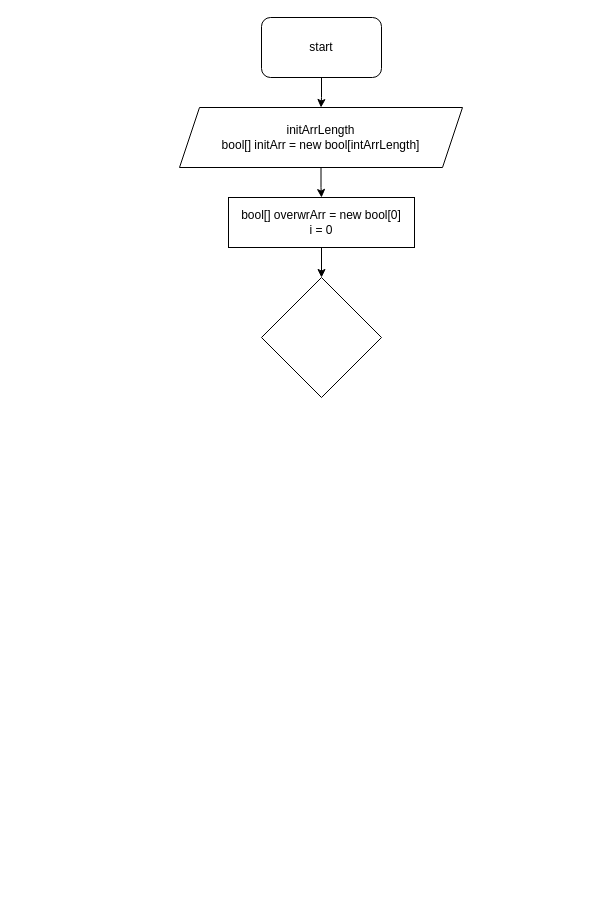
Before: graph/final_test_01.drawio in segeba/final_test_01, a draw.io diagram. Source tidied: cells renumbered, new cells numbered last; positions are measured from the earlier drawing's top-left corner, leaving out a move shared by most shapes. Both pictures are drawn from the tidied source at 100%, with x=0, y=0 at pixel (179, 17).
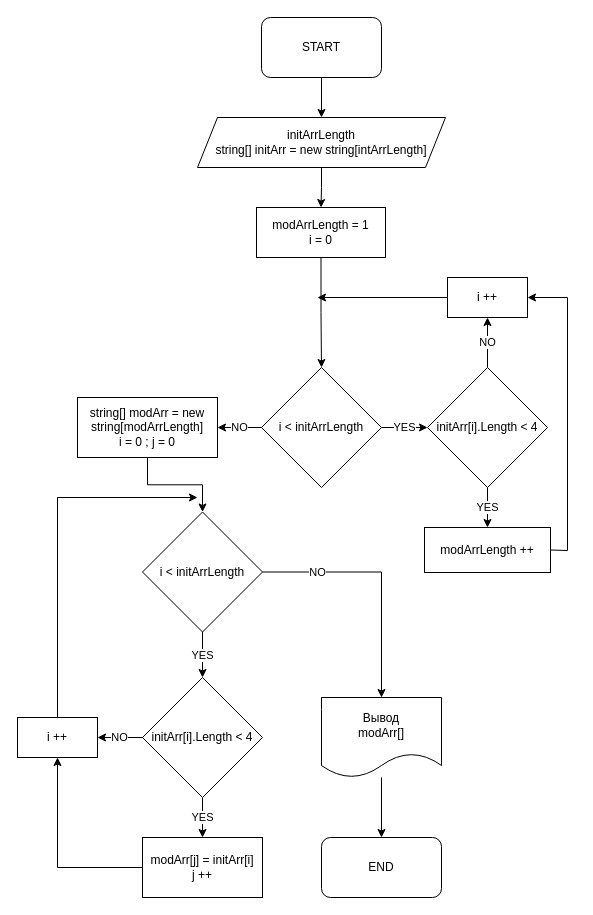
The same diagram, later.

What changed in the source:
```diff
@@
-    <mxCell id="3" value="start" style="rounded=1;whiteSpace=wrap;html=1;" parent="1" vertex="1">
+    <mxCell id="3" value="START" style="rounded=1;whiteSpace=wrap;html=1;" parent="1" vertex="1">
       <mxGeometry x="82" width="120" height="60" as="geometry" />
     </mxCell>
@@
-    <mxCell id="5" value="bool[] overwrArr = new bool[0]&lt;div&gt;&lt;div&gt;&lt;div&gt;i = 0&lt;/div&gt;&lt;/div&gt;&lt;/div&gt;" style="rounded=0;whiteSpace=wrap;html=1;" parent="1" vertex="1">
-      <mxGeometry x="49" y="180" width="186" height="50" as="geometry" />
+    <mxCell id="5" value="&lt;div&gt;&lt;div&gt;&lt;div&gt;modArrLength = 1&lt;/div&gt;&lt;div&gt;i = 0&lt;/div&gt;&lt;/div&gt;&lt;/div&gt;" style="rounded=0;whiteSpace=wrap;html=1;" parent="1" vertex="1">
+      <mxGeometry x="77" y="190" width="129" height="50" as="geometry" />
     </mxCell>
@@
-    <mxCell id="7" value="initArrLength&lt;div&gt;&lt;div&gt;&lt;div&gt;bool[] initArr = new bool[intArrLength]&lt;/div&gt;&lt;/div&gt;&lt;/div&gt;" style="shape=parallelogram;perimeter=parallelogramPerimeter;whiteSpace=wrap;html=1;fixedSize=1;" parent="1" vertex="1">
-      <mxGeometry y="90" width="283" height="60" as="geometry" />
+    <mxCell id="7" value="initArrLength&lt;div&gt;&lt;div&gt;&lt;div&gt;string[] initArr = new string[intArrLength]&lt;/div&gt;&lt;/div&gt;&lt;/div&gt;" style="shape=parallelogram;perimeter=parallelogramPerimeter;whiteSpace=wrap;html=1;fixedSize=1;" parent="1" vertex="1">
+      <mxGeometry x="18" y="100" width="248" height="50" as="geometry" />
     </mxCell>
+    <mxCell id="9" style="edgeStyle=orthogonalEdgeStyle;rounded=0;jettySize=auto;html=1;" parent="1" edge="1" source="8" target="13">
+      <mxGeometry relative="1" as="geometry" />
+    </mxCell>
+    <mxCell id="10" value="NO" style="edgeLabel;html=1;align=center;verticalAlign=middle;" parent="9" vertex="1">
+      <mxGeometry x="0.06" y="-1" relative="1" as="geometry" />
+    </mxCell>
+    <mxCell id="11" value="YES" style="edgeStyle=orthogonalEdgeStyle;rounded=0;jettySize=auto;html=1;" parent="1" edge="1" source="8" target="16">
+      <mxGeometry relative="1" as="geometry" />
+    </mxCell>
-    <mxCell id="8" style="rhombus;whiteSpace=wrap;html=1;rounded=0;" parent="1" vertex="1">
-      <mxGeometry x="82" y="260" width="120" height="120" as="geometry" />
+    <mxCell id="8" value="i &amp;lt; initArrLength" style="rhombus;whiteSpace=wrap;html=1;rounded=0;" parent="1" vertex="1">
+      <mxGeometry x="82" y="350" width="120" height="120" as="geometry" />
     </mxCell>
+    <mxCell id="12" style="edgeStyle=orthogonalEdgeStyle;rounded=0;jettySize=auto;html=1;entryX=0.5;entryY=0;entryDx=0;entryDy=0;" parent="1" edge="1" source="13" target="23">
+      <mxGeometry relative="1" as="geometry" />
+    </mxCell>
+    <mxCell id="13" value="string[] modArr = new string[modArrLength]&lt;div&gt;&lt;div&gt;i = 0 ; j = 0&lt;/div&gt;&lt;/div&gt;" style="whiteSpace=wrap;html=1;rounded=0;" parent="1" vertex="1">
+      <mxGeometry x="-102" y="380" width="140" height="60" as="geometry" />
+    </mxCell>
+    <mxCell id="14" value="YES" style="edgeStyle=orthogonalEdgeStyle;rounded=0;jettySize=auto;html=1;" parent="1" edge="1" source="16" target="17">
+      <mxGeometry relative="1" as="geometry" />
+    </mxCell>
+    <mxCell id="15" value="NO" style="edgeStyle=orthogonalEdgeStyle;rounded=0;jettySize=auto;html=1;" parent="1" edge="1" source="16" target="21">
+      <mxGeometry relative="1" as="geometry" />
+    </mxCell>
+    <mxCell id="16" value="initArr[i].Length &amp;lt; 4" style="rhombus;whiteSpace=wrap;html=1;rounded=0;" parent="1" vertex="1">
+      <mxGeometry x="248" y="350" width="120" height="120" as="geometry" />
+    </mxCell>
+    <mxCell id="17" value="modArrLength ++" style="whiteSpace=wrap;html=1;rounded=0;" parent="1" vertex="1">
+      <mxGeometry x="245" y="510" width="126" height="45" as="geometry" />
+    </mxCell>
+    <mxCell id="18" style="endArrow=classic;html=1;rounded=0;exitX=0;exitY=0.5;exitDx=0;exitDy=0;" parent="1" edge="1" source="21">
+      <mxGeometry relative="1" as="geometry">
+        <mxPoint x="138" y="280" as="targetPoint" />
+      </mxGeometry>
+    </mxCell>
+    <mxCell id="19" style="endArrow=classic;html=1;rounded=0;exitX=1;exitY=0.5;exitDx=0;exitDy=0;entryX=1;entryY=0.5;entryDx=0;entryDy=0;" parent="1" edge="1" source="21" target="21">
+      <mxGeometry relative="1" as="geometry" />
+    </mxCell>
+    <mxCell id="20" style="endArrow=classic;html=1;rounded=0;exitX=1;exitY=0.5;exitDx=0;exitDy=0;" parent="1" edge="1" source="17" target="21">
+      <mxGeometry relative="1" as="geometry">
+        <Array as="points">
+          <mxPoint x="388" y="533" />
+          <mxPoint x="388" y="280" />
+        </Array>
+      </mxGeometry>
+    </mxCell>
+    <mxCell id="21" value="i ++" style="whiteSpace=wrap;html=1;rounded=0;" parent="1" vertex="1">
+      <mxGeometry x="268" y="260" width="80" height="40" as="geometry" />
+    </mxCell>
+    <mxCell id="22" value="NO" style="edgeStyle=orthogonalEdgeStyle;rounded=0;jettySize=auto;html=1;" parent="1" edge="1" source="23" target="33">
+      <mxGeometry x="-0.55" relative="1" as="geometry" />
+    </mxCell>
+    <mxCell id="23" value="i &amp;lt; initArrLength" style="rhombus;whiteSpace=wrap;html=1;rounded=0;" parent="1" vertex="1">
+      <mxGeometry x="-37" y="494.5" width="120" height="120" as="geometry" />
+    </mxCell>
+    <mxCell id="24" value="YES" style="edgeStyle=orthogonalEdgeStyle;rounded=0;jettySize=auto;html=1;" parent="1" edge="1" source="26" target="28">
+      <mxGeometry relative="1" as="geometry" />
+    </mxCell>
+    <mxCell id="25" value="NO" style="edgeStyle=orthogonalEdgeStyle;rounded=0;jettySize=auto;html=1;" parent="1" edge="1" source="26" target="29">
+      <mxGeometry relative="1" as="geometry" />
+    </mxCell>
+    <mxCell id="26" value="initArr[i].Length &amp;lt; 4" style="rhombus;whiteSpace=wrap;html=1;rounded=0;" parent="1" vertex="1">
+      <mxGeometry x="-37" y="660" width="120" height="120" as="geometry" />
+    </mxCell>
+    <mxCell id="27" value="YES" style="endArrow=classic;html=1;rounded=0;exitX=0.5;exitY=1;exitDx=0;exitDy=0;entryX=0.5;entryY=0;entryDx=0;entryDy=0;" parent="1" edge="1" source="23" target="26">
+      <mxGeometry relative="1" as="geometry" />
+    </mxCell>
+    <mxCell id="28" value="modArr[j] = initArr[i]&lt;div&gt;j ++&lt;/div&gt;" style="whiteSpace=wrap;html=1;rounded=0;" parent="1" vertex="1">
+      <mxGeometry x="-37" y="820" width="120" height="60" as="geometry" />
+    </mxCell>
+    <mxCell id="29" value="i ++" style="whiteSpace=wrap;html=1;rounded=0;" parent="1" vertex="1">
+      <mxGeometry x="-162" y="700" width="80" height="40" as="geometry" />
+    </mxCell>
+    <mxCell id="30" style="endArrow=classic;html=1;rounded=0;exitX=0;exitY=0.5;exitDx=0;exitDy=0;entryX=0.5;entryY=1;entryDx=0;entryDy=0;" parent="1" edge="1" source="28" target="29">
+      <mxGeometry relative="1" as="geometry">
+        <Array as="points">
+          <mxPoint x="-122" y="850" />
+        </Array>
+      </mxGeometry>
+    </mxCell>
+    <mxCell id="31" style="endArrow=classic;html=1;rounded=0;exitX=0.5;exitY=0;exitDx=0;exitDy=0;" parent="1" edge="1" source="29">
+      <mxGeometry relative="1" as="geometry">
+        <mxPoint x="18" y="480" as="targetPoint" />
+        <Array as="points">
+          <mxPoint x="-122" y="480" />
+        </Array>
+      </mxGeometry>
+    </mxCell>
+    <mxCell id="32" style="edgeStyle=orthogonalEdgeStyle;rounded=0;jettySize=auto;html=1;" parent="1" edge="1" source="33" target="34">
+      <mxGeometry relative="1" as="geometry" />
+    </mxCell>
+    <mxCell id="33" value="Вывод&lt;div&gt;modArr[]&lt;/div&gt;" style="shape=document;whiteSpace=wrap;html=1;boundedLbl=1;rounded=0;" parent="1" vertex="1">
+      <mxGeometry x="142" y="680" width="120" height="80" as="geometry" />
+    </mxCell>
+    <mxCell id="34" value="END" style="rounded=1;whiteSpace=wrap;html=1;" parent="1" vertex="1">
+      <mxGeometry x="142" y="820" width="120" height="60" as="geometry" />
+    </mxCell>
```
